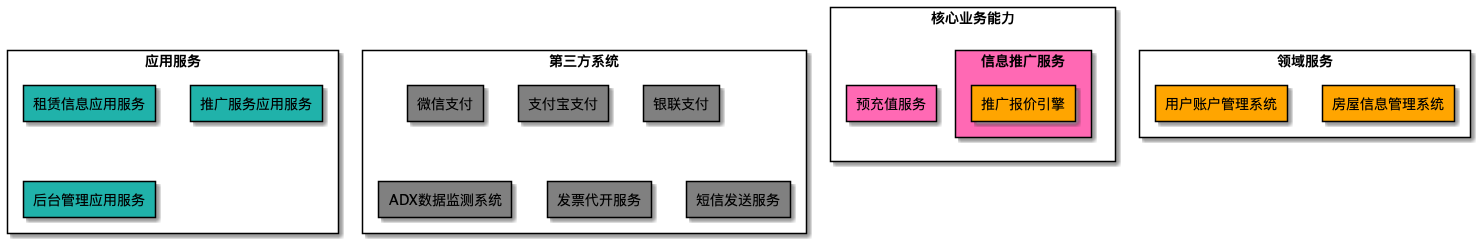
Earlier version of the PlantUML export images/inter_process_diagram.png (behring/8x-flow-diagram).
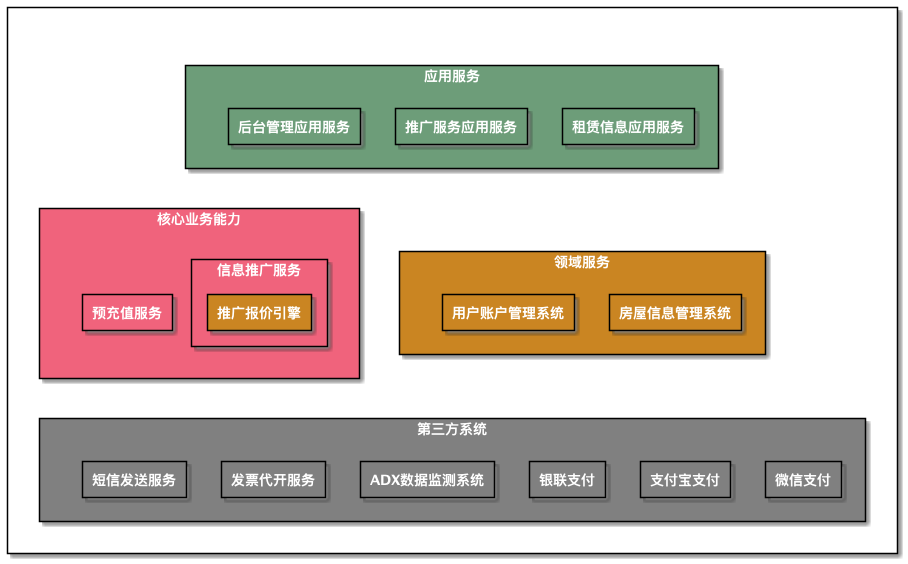
Later version of the same file.

The edit, as a diff of the source:
```diff
@@ -1,31 +1,87 @@
 @startuml
-skinparam componentStyle rectangle
-skinparam rectangleFontColor black
-        rectangle 应用服务 {
-rectangle 租赁信息应用服务 #LightSeaGreen
-rectangle 推广服务应用服务 #LightSeaGreen
-rectangle 后台管理应用服务 #LightSeaGreen
+skinparam rectangleFontColor white
+rectangle <size:20>链家系统架构图 {
+        rectangle "<size:14><b>应用服务" as 应用服务  #6D9D79 {
+rectangle "<size:14><b>租赁信息应用服务" as 租赁信息应用服务  #6D9D79 {
 }
 
-rectangle 核心业务能力 {
-rectangle 信息推广服务 #HotPink{
-rectangle 推广报价引擎 #orange
-}
-rectangle 预充值服务 #HotPink
+应用服务 -[hidden]- 核心业务能力
+应用服务 -[hidden]- 领域服务
+
+
+rectangle "<size:14><b>推广服务应用服务" as 推广服务应用服务  #6D9D79 {
 }
 
-rectangle 领域服务 {
-rectangle 房屋信息管理系统 #orange
-rectangle 用户账户管理系统 #orange
+
+
+rectangle "<size:14><b>后台管理应用服务" as 后台管理应用服务  #6D9D79 {
 }
 
-rectangle 第三方系统 {
-rectangle 微信支付 #gray
-rectangle 支付宝支付 #gray
-rectangle 银联支付 #gray
-rectangle ADX数据监测系统 #gray
-rectangle 发票代开服务 #gray
-rectangle 短信发送服务 #gray
+
+
+}
+
+rectangle "<size:14><b>核心业务能力" as 核心业务能力  #F0637C {
+rectangle "<size:14><b>信息推广服务" as 信息推广服务  #F0637C {
+rectangle "<size:14><b>推广报价引擎" as 推广报价引擎  #CA8522
+
+
+}
+
+核心业务能力 -[hidden]- 第三方系统
+
+
+rectangle "<size:14><b>预充值服务" as 预充值服务  #F0637C {
+}
+
+
+
+}
+
+rectangle "<size:14><b>领域服务" as 领域服务  #CA8522 {
+rectangle "<size:14><b>房屋信息管理系统" as 房屋信息管理系统  #CA8522 {
+}
+
+
+
+rectangle "<size:14><b>用户账户管理系统" as 用户账户管理系统  #CA8522 {
+}
+
+
+
+}
+
+rectangle "<size:14><b>第三方系统" as 第三方系统  #Gray {
+rectangle "<size:14><b>微信支付" as 微信支付  #Gray {
+}
+
+
+
+rectangle "<size:14><b>支付宝支付" as 支付宝支付  #Gray {
+}
+
+
+
+rectangle "<size:14><b>银联支付" as 银联支付  #Gray {
+}
+
+
+
+rectangle "<size:14><b>ADX数据监测系统" as ADX数据监测系统  #Gray {
+}
+
+
+
+rectangle "<size:14><b>发票代开服务" as 发票代开服务  #Gray {
+}
+
+
+
+rectangle "<size:14><b>短信发送服务" as 短信发送服务  #Gray {
+}
+
+
+
 }
 
 
@@ -33,26 +89,5 @@
 
 
 
-
-
-
-
-
-
-
-
-
-
-
-
-
-
-
-
-
-
-
-
-
-
+}
 @enduml
```
